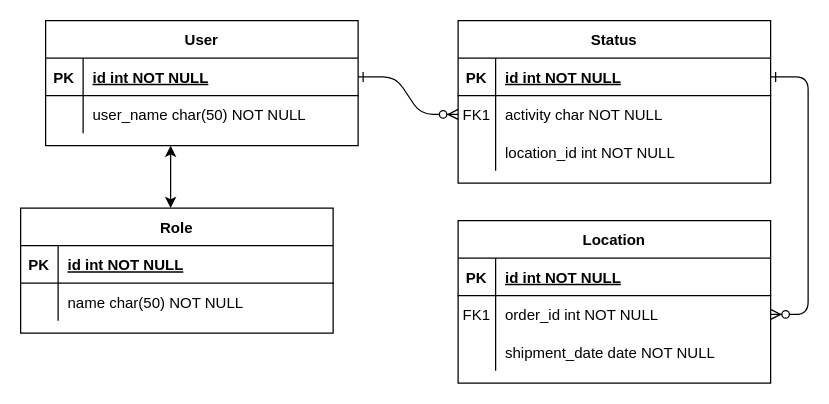
This is Untitled Diagram.drawio from naim-murad-me/arif-travel-agency, a draw.io file, before an edit. Source tidied: cells renumbered, new cells numbered last; positions are measured from the earlier drawing's top-left corner, leaving out a move shared by most shapes. Both pictures are drawn from the tidied source at 125%, with x=0, y=0 at pixel (20, 20).
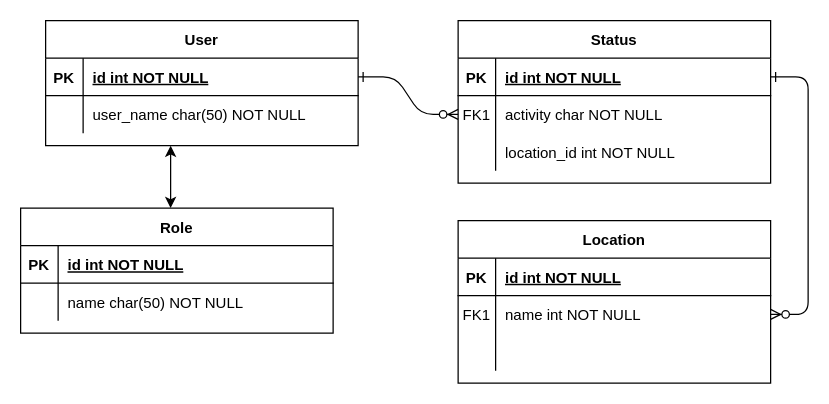
The same diagram, later.

The change refers to these unchanged cells:
```xml
<mxCell id="18" style="shape=partialRectangle;fillColor=none;points=[[0,0.5],[1,0.5]];portConstraint=eastwest;top=0;left=0;right=0;bottom=0;" parent="14" vertex="1">
  <mxGeometry y="60" width="250" height="30" as="geometry" />
</mxCell>
<mxCell id="21" style="shape=partialRectangle;fillColor=none;top=0;left=0;right=0;bottom=0;" parent="14" vertex="1">
  <mxGeometry y="90" width="250" height="30" as="geometry" />
</mxCell>
```

The edit, as a diff of the source:
```diff
@@
-    <mxCell id="20" value="order_id int NOT NULL" style="shape=partialRectangle;overflow=hidden;fillColor=none;top=0;left=0;bottom=0;right=0;align=left;spacingLeft=6;" parent="18" vertex="1">
+    <mxCell id="20" value="name int NOT NULL" style="shape=partialRectangle;overflow=hidden;fillColor=none;top=0;left=0;bottom=0;right=0;align=left;spacingLeft=6;" parent="18" vertex="1">
       <mxGeometry x="30" width="220" height="30" as="geometry" />
     </mxCell>
@@
-    <mxCell id="23" value="shipment_date date NOT NULL" style="shape=partialRectangle;overflow=hidden;fillColor=none;top=0;left=0;bottom=0;right=0;align=left;spacingLeft=6;" parent="21" vertex="1">
+    <mxCell id="23" style="shape=partialRectangle;overflow=hidden;fillColor=none;top=0;left=0;bottom=0;right=0;align=left;spacingLeft=6;" parent="21" vertex="1">
       <mxGeometry x="30" width="220" height="30" as="geometry" />
     </mxCell>
```
